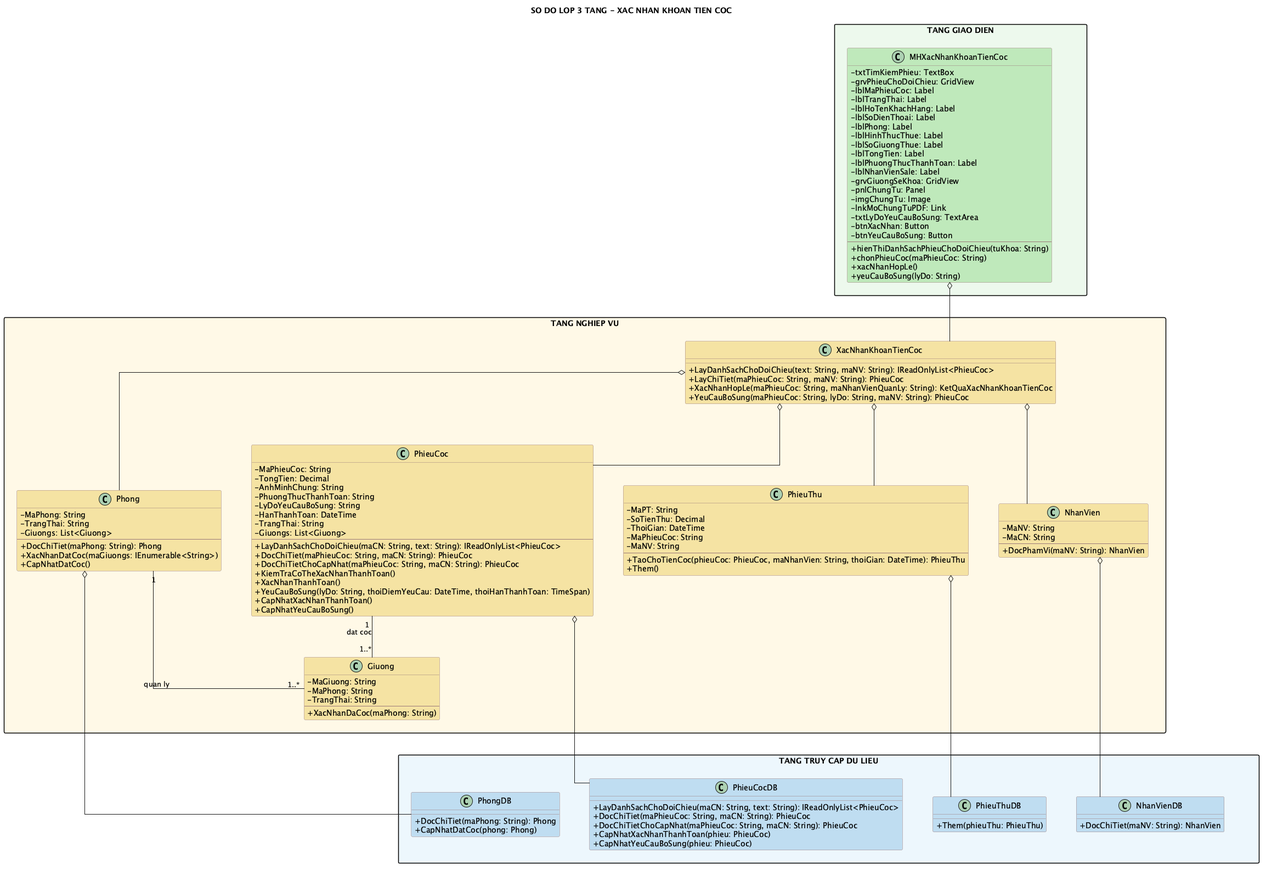
Above: diagram/png/xac-nhan-khoan-tien-coc-class.png in Ming1309/HomeStay-Dorm (PlantUML), before the change.
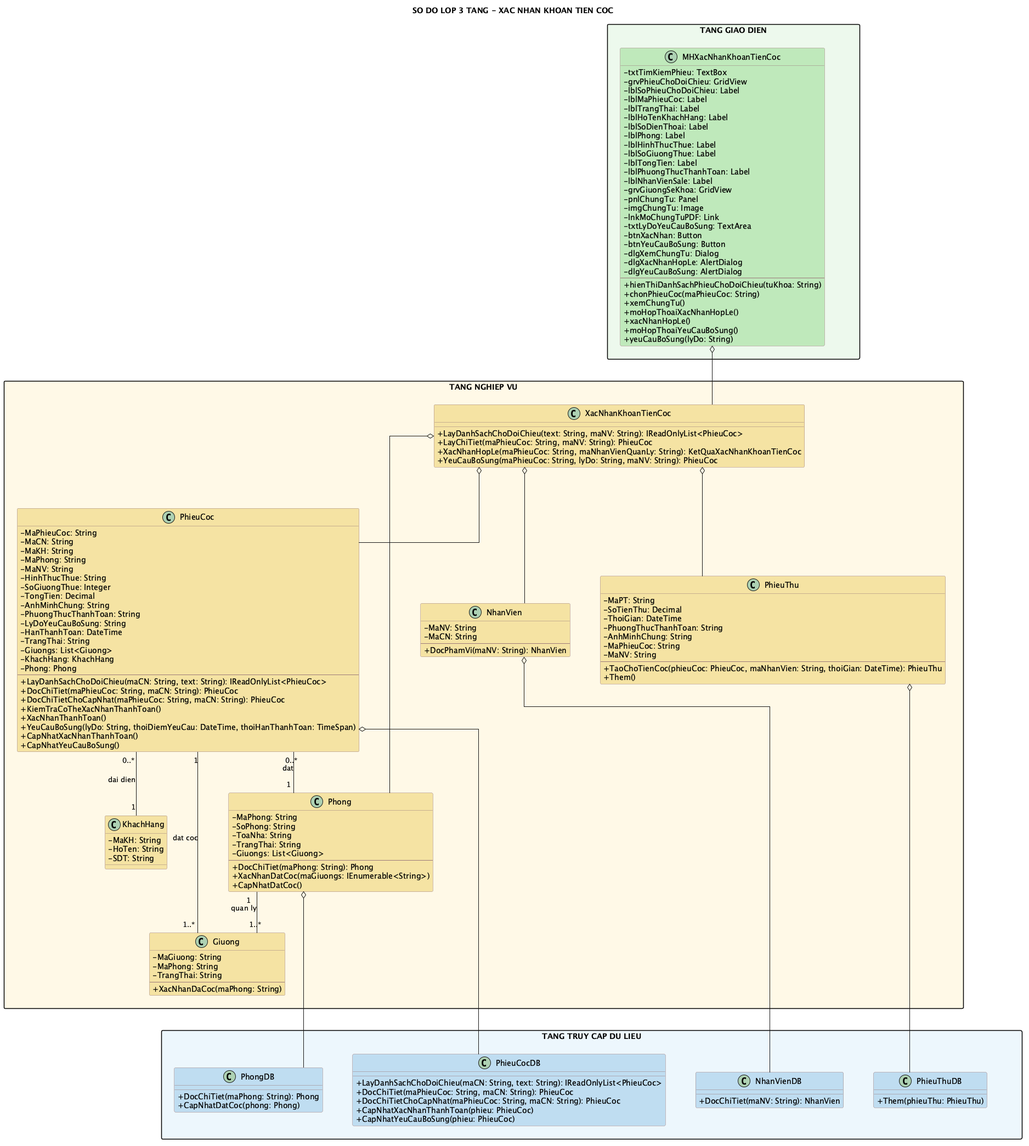
After the change.

What changed in the source:
```diff
@@ -17,6 +17,7 @@
   class MHXacNhanKhoanTienCoc #BFE8BA {
     - txtTimKiemPhieu: TextBox
     - grvPhieuChoDoiChieu: GridView
+    - lblSoPhieuChoDoiChieu: Label
     - lblMaPhieuCoc: Label
     - lblTrangThai: Label
     - lblHoTenKhachHang: Label
@@ -34,10 +35,16 @@
     - txtLyDoYeuCauBoSung: TextArea
     - btnXacNhan: Button
     - btnYeuCauBoSung: Button
+    - dlgXemChungTu: Dialog
+    - dlgXacNhanHopLe: AlertDialog
+    - dlgYeuCauBoSung: AlertDialog
     --
     + hienThiDanhSachPhieuChoDoiChieu(tuKhoa: String)
     + chonPhieuCoc(maPhieuCoc: String)
+    + xemChungTu()
+    + moHopThoaiXacNhanHopLe()
     + xacNhanHopLe()
+    + moHopThoaiYeuCauBoSung()
     + yeuCauBoSung(lyDo: String)
   }
 }
@@ -59,6 +66,12 @@
 
   class PhieuCoc #F4E3A2 {
     - MaPhieuCoc: String
+    - MaCN: String
+    - MaKH: String
+    - MaPhong: String
+    - MaNV: String
+    - HinhThucThue: String
+    - SoGiuongThue: Integer
     - TongTien: Decimal
     - AnhMinhChung: String
     - PhuongThucThanhToan: String
@@ -66,6 +79,8 @@
     - HanThanhToan: DateTime
     - TrangThai: String
     - Giuongs: List<Giuong>
+    - KhachHang: KhachHang
+    - Phong: Phong
     --
     + LayDanhSachChoDoiChieu(maCN: String, text: String): IReadOnlyList<PhieuCoc>
     + DocChiTiet(maPhieuCoc: String, maCN: String): PhieuCoc
@@ -81,6 +96,8 @@
     - MaPT: String
     - SoTienThu: Decimal
     - ThoiGian: DateTime
+    - PhuongThucThanhToan: String
+    - AnhMinhChung: String
     - MaPhieuCoc: String
     - MaNV: String
     --
@@ -88,8 +105,16 @@
     + Them()
   }
 
+  class KhachHang #F4E3A2 {
+    - MaKH: String
+    - HoTen: String
+    - SDT: String
+  }
+
   class Phong #F4E3A2 {
     - MaPhong: String
+    - SoPhong: String
+    - ToaNha: String
     - TrangThai: String
     - Giuongs: List<Giuong>
     --
@@ -138,6 +163,8 @@
 Phong o-- PhongDB
 Phong "1" -- "1..*" Giuong : quan ly
 PhieuCoc "1" -- "1..*" Giuong : dat coc
+PhieuCoc "0..*" -- "1" KhachHang : dai dien
+PhieuCoc "0..*" -- "1" Phong : dat
 
 
 GUI_LAYER -[hidden]down- BUS_LAYER
```
